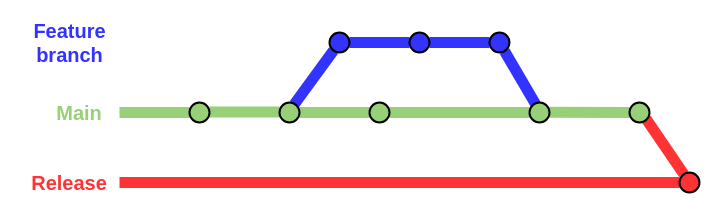
Before: docs/Branching.drawio in andraspatka/JobPortalBE, a draw.io diagram. Source tidied: cells renumbered, new cells numbered last; positions are measured from the earlier drawing's top-left corner, leaving out a move shared by most shapes. Both pictures are drawn from the tidied source at 100%, with x=0, y=0 at pixel (17, 17).
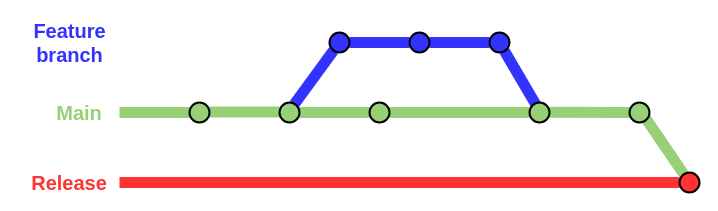
Above is the later version.

Commit message (it also covers changes not shown here):
doc: fixed small inconsistency in branching concept drawing

Unchanged cells that the change refers to:
```xml
<mxCell id="22" style="ellipse;whiteSpace=wrap;html=1;strokeWidth=2;fillColor=#97D077;" parent="1" vertex="1">
  <mxGeometry x="612" y="85" width="20" height="20" as="geometry" />
</mxCell>
<mxCell id="23" style="ellipse;whiteSpace=wrap;html=1;strokeWidth=2;fillColor=#FF3333;" parent="1" vertex="1">
  <mxGeometry x="662" y="155" width="20" height="20" as="geometry" />
</mxCell>
```

What changed in the source:
```diff
@@
-    <mxCell id="6" style="endArrow=none;html=1;strokeWidth=11;exitX=0.829;exitY=0.819;exitDx=0;exitDy=0;exitPerimeter=0;strokeColor=#FF3333;" parent="1" edge="1" source="22" target="23">
+    <mxCell id="6" style="endArrow=none;html=1;strokeWidth=11;exitX=0.829;exitY=0.819;exitDx=0;exitDy=0;exitPerimeter=0;strokeColor=#97D077;" parent="1" edge="1" source="22" target="23">
       <mxGeometry relative="1" as="geometry" />
     </mxCell>
```
